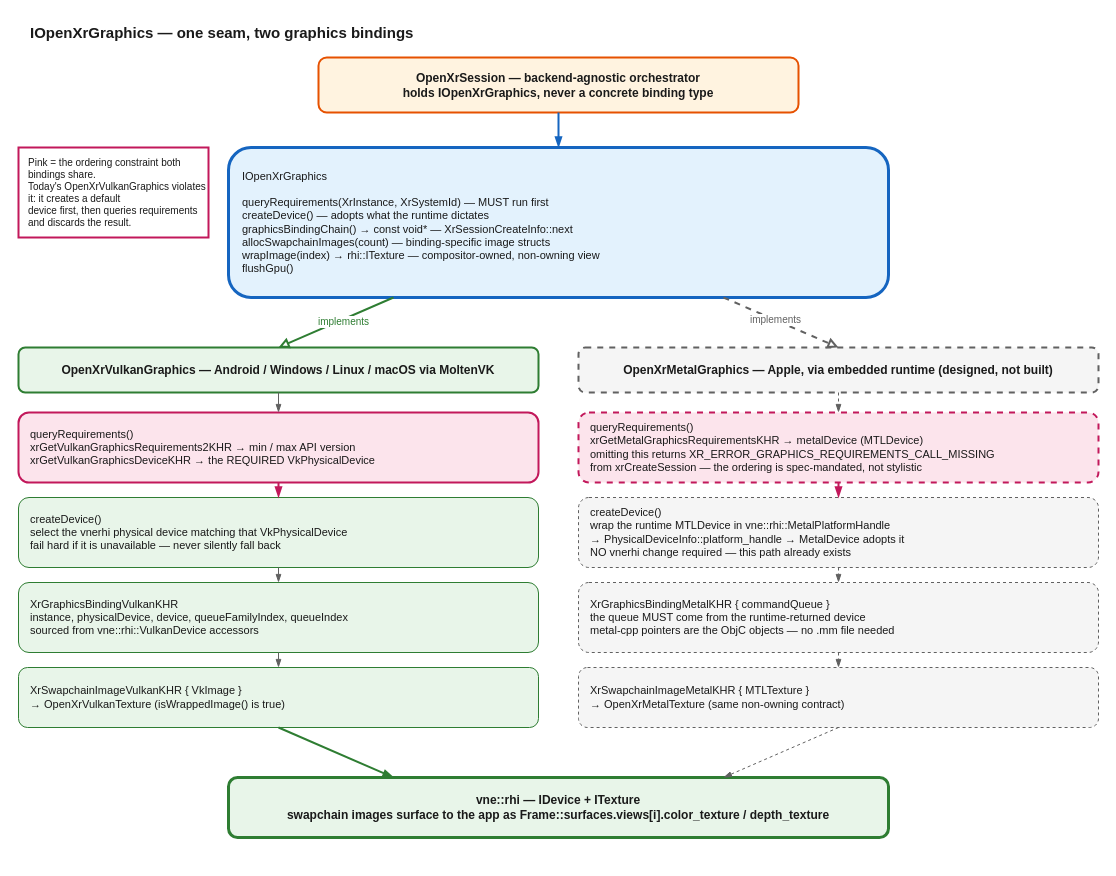
This is docs/vertexnova/xr/diagrams/openxr_graphics_binding.drawio from vertexnova/vnexr, a draw.io file, before an edit. Source tidied: cells renumbered, new cells numbered last; positions are measured from the earlier drawing's top-left corner, leaving out a move shared by most shapes. Both pictures are drawn from the tidied source at 100%, with x=0, y=0 at pixel (18, 17).
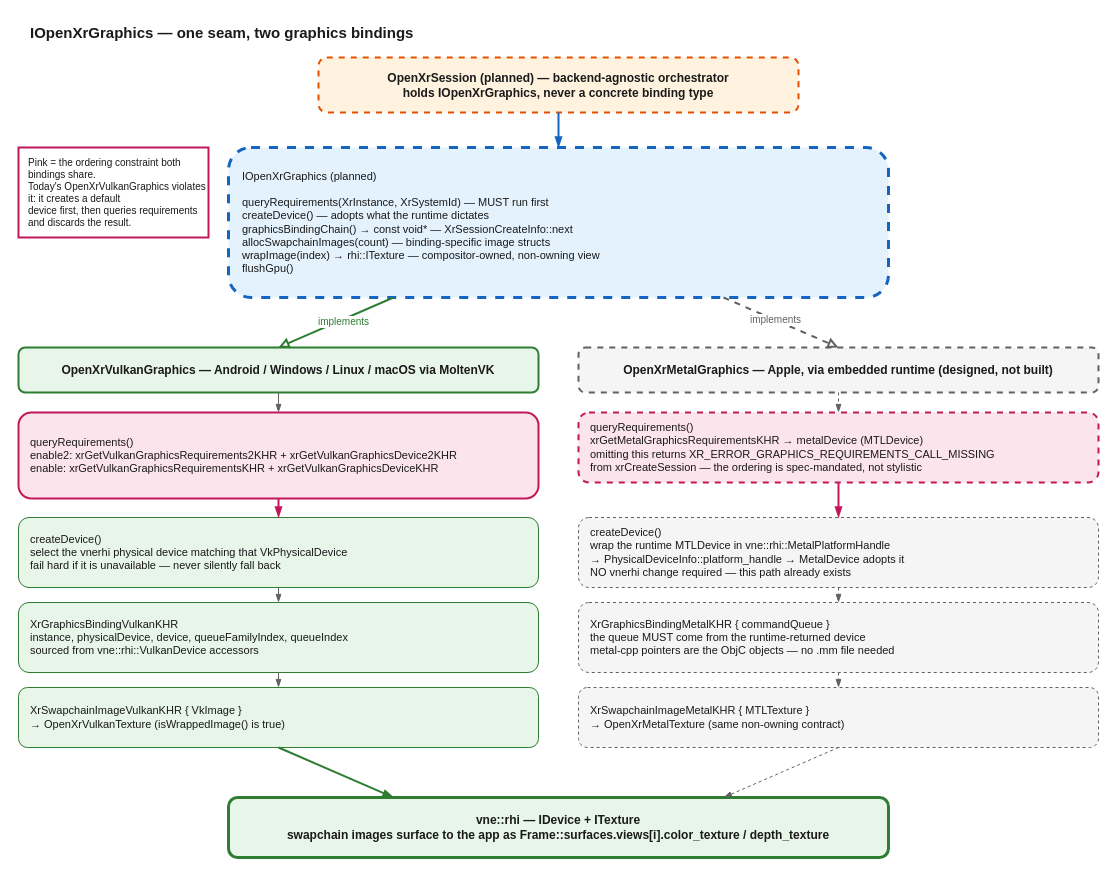
The same diagram, later.

Commit message (it also covers changes not shown here):
Enhance OpenXR session management and update diagrams

What changed in the source:
```diff
@@
-    <mxCell id="3" value="OpenXrSession — backend-agnostic orchestrator&#10;holds IOpenXrGraphics, never a concrete binding type" style="rounded=1;whiteSpace=wrap;html=1;fillColor=#fff3e0;strokeColor=#e65100;strokeWidth=2;fontSize=12;fontStyle=1;fontColor=#1a1a1a;" parent="1" vertex="1">
+    <mxCell id="3" value="OpenXrSession (planned) — backend-agnostic orchestrator&#10;holds IOpenXrGraphics, never a concrete binding type" style="rounded=1;whiteSpace=wrap;html=1;fillColor=#fff3e0;strokeColor=#e65100;strokeWidth=2;fontSize=12;fontStyle=1;fontColor=#1a1a1a;dashed=1;" parent="1" vertex="1">
       <mxGeometry x="300" y="40" width="480" height="55" as="geometry" />
     </mxCell>
-    <mxCell id="4" value="IOpenXrGraphics&#10;&#10;queryRequirements(XrInstance, XrSystemId)&#9;— MUST run first&#10;createDevice()&#9;&#9;&#9;— adopts what the runtime dictates&#10;graphicsBindingChain() → const void*&#9;— XrSessionCreateInfo::next&#10;allocSwapchainImages(count)&#9;&#9;— binding-specific image structs&#10;wrapImage(index) → rhi::ITexture&#9;— compositor-owned, non-owning view&#10;flushGpu()" style="rounded=1;whiteSpace=wrap;html=1;fillColor=#e3f2fd;strokeColor=#1565c0;strokeWidth=3;fontSize=11;align=left;spacingLeft=12;fontColor=#1a1a1a;" parent="1" vertex="1">
+    <mxCell id="4" value="IOpenXrGraphics (planned)&#10;&#10;queryRequirements(XrInstance, XrSystemId)&#9;— MUST run first&#10;createDevice()&#9;&#9;&#9;— adopts what the runtime dictates&#10;graphicsBindingChain() → const void*&#9;— XrSessionCreateInfo::next&#10;allocSwapchainImages(count)&#9;&#9;— binding-specific image structs&#10;wrapImage(index) → rhi::ITexture&#9;— compositor-owned, non-owning view&#10;flushGpu()" style="rounded=1;whiteSpace=wrap;html=1;fillColor=#e3f2fd;strokeColor=#1565c0;strokeWidth=3;fontSize=11;align=left;spacingLeft=12;fontColor=#1a1a1a;dashed=1;" parent="1" vertex="1">
       <mxGeometry x="210" y="130" width="660" height="150" as="geometry" />
     </mxCell>
@@
-    <mxCell id="6" value="queryRequirements()&#10;xrGetVulkanGraphicsRequirements2KHR → min / max API version&#10;xrGetVulkanGraphicsDeviceKHR → the REQUIRED VkPhysicalDevice" style="rounded=1;whiteSpace=wrap;html=1;fillColor=#fce4ec;strokeColor=#c2185b;strokeWidth=2;fontSize=11;align=left;spacingLeft=10;fontColor=#1a1a1a;" parent="1" vertex="1">
-      <mxGeometry y="395" width="520" height="70" as="geometry" />
+    <mxCell id="6" value="queryRequirements()&#10;enable2: xrGetVulkanGraphicsRequirements2KHR + xrGetVulkanGraphicsDevice2KHR&#10;enable: xrGetVulkanGraphicsRequirementsKHR + xrGetVulkanGraphicsDeviceKHR" style="rounded=1;whiteSpace=wrap;html=1;fillColor=#fce4ec;strokeColor=#c2185b;strokeWidth=2;fontSize=11;align=left;spacingLeft=10;fontColor=#1a1a1a;" parent="1" vertex="1">
+      <mxGeometry y="395" width="520" height="86" as="geometry" />
     </mxCell>
     <mxCell id="7" value="createDevice()&#10;select the vnerhi physical device matching that VkPhysicalDevice&#10;fail hard if it is unavailable — never silently fall back" style="rounded=1;whiteSpace=wrap;html=1;fillColor=#e8f5e9;strokeColor=#2e7d32;fontSize=11;align=left;spacingLeft=10;fontColor=#1a1a1a;" parent="1" vertex="1">
-      <mxGeometry y="480" width="520" height="70" as="geometry" />
+      <mxGeometry y="500" width="520" height="70" as="geometry" />
     </mxCell>
     <mxCell id="8" value="XrGraphicsBindingVulkanKHR&#10;instance, physicalDevice, device, queueFamilyIndex, queueIndex&#10;sourced from vne::rhi::VulkanDevice accessors" style="rounded=1;whiteSpace=wrap;html=1;fillColor=#e8f5e9;strokeColor=#2e7d32;fontSize=11;align=left;spacingLeft=10;fontColor=#1a1a1a;" parent="1" vertex="1">
-      <mxGeometry y="565" width="520" height="70" as="geometry" />
+      <mxGeometry y="585" width="520" height="70" as="geometry" />
     </mxCell>
     <mxCell id="9" value="XrSwapchainImageVulkanKHR { VkImage }&#10;→ OpenXrVulkanTexture (isWrappedImage() is true)" style="rounded=1;whiteSpace=wrap;html=1;fillColor=#e8f5e9;strokeColor=#2e7d32;fontSize=11;align=left;spacingLeft=10;fontColor=#1a1a1a;" parent="1" vertex="1">
-      <mxGeometry y="650" width="520" height="60" as="geometry" />
+      <mxGeometry y="670" width="520" height="60" as="geometry" />
     </mxCell>
@@
     <mxCell id="12" value="createDevice()&#10;wrap the runtime MTLDevice in vne::rhi::MetalPlatformHandle&#10;→ PhysicalDeviceInfo::platform_handle → MetalDevice adopts it&#10;NO vnerhi change required — this path already exists" style="rounded=1;whiteSpace=wrap;html=1;fillColor=#f5f5f5;strokeColor=#616161;fontSize=11;align=left;spacingLeft=10;fontColor=#1a1a1a;dashed=1;" parent="1" vertex="1">
-      <mxGeometry x="560" y="480" width="520" height="70" as="geometry" />
+      <mxGeometry x="560" y="500" width="520" height="70" as="geometry" />
     </mxCell>
     <mxCell id="13" value="XrGraphicsBindingMetalKHR { commandQueue }&#10;the queue MUST come from the runtime-returned device&#10;metal-cpp pointers are the ObjC objects — no .mm file needed" style="rounded=1;whiteSpace=wrap;html=1;fillColor=#f5f5f5;strokeColor=#616161;fontSize=11;align=left;spacingLeft=10;fontColor=#1a1a1a;dashed=1;" parent="1" vertex="1">
-      <mxGeometry x="560" y="565" width="520" height="70" as="geometry" />
+      <mxGeometry x="560" y="585" width="520" height="70" as="geometry" />
     </mxCell>
     <mxCell id="14" value="XrSwapchainImageMetalKHR { MTLTexture }&#10;→ OpenXrMetalTexture (same non-owning contract)" style="rounded=1;whiteSpace=wrap;html=1;fillColor=#f5f5f5;strokeColor=#616161;fontSize=11;align=left;spacingLeft=10;fontColor=#1a1a1a;dashed=1;" parent="1" vertex="1">
-      <mxGeometry x="560" y="650" width="520" height="60" as="geometry" />
+      <mxGeometry x="560" y="670" width="520" height="60" as="geometry" />
     </mxCell>
     <mxCell id="15" value="vne::rhi — IDevice + ITexture&#10;swapchain images surface to the app as Frame::surfaces.views[i].color_texture / depth_texture" style="rounded=1;whiteSpace=wrap;html=1;fillColor=#e8f5e9;strokeColor=#2e7d32;strokeWidth=3;fontSize=12;fontStyle=1;fontColor=#1a1a1a;" parent="1" vertex="1">
-      <mxGeometry x="210" y="760" width="660" height="60" as="geometry" />
+      <mxGeometry x="210" y="780" width="660" height="60" as="geometry" />
     </mxCell>
```
